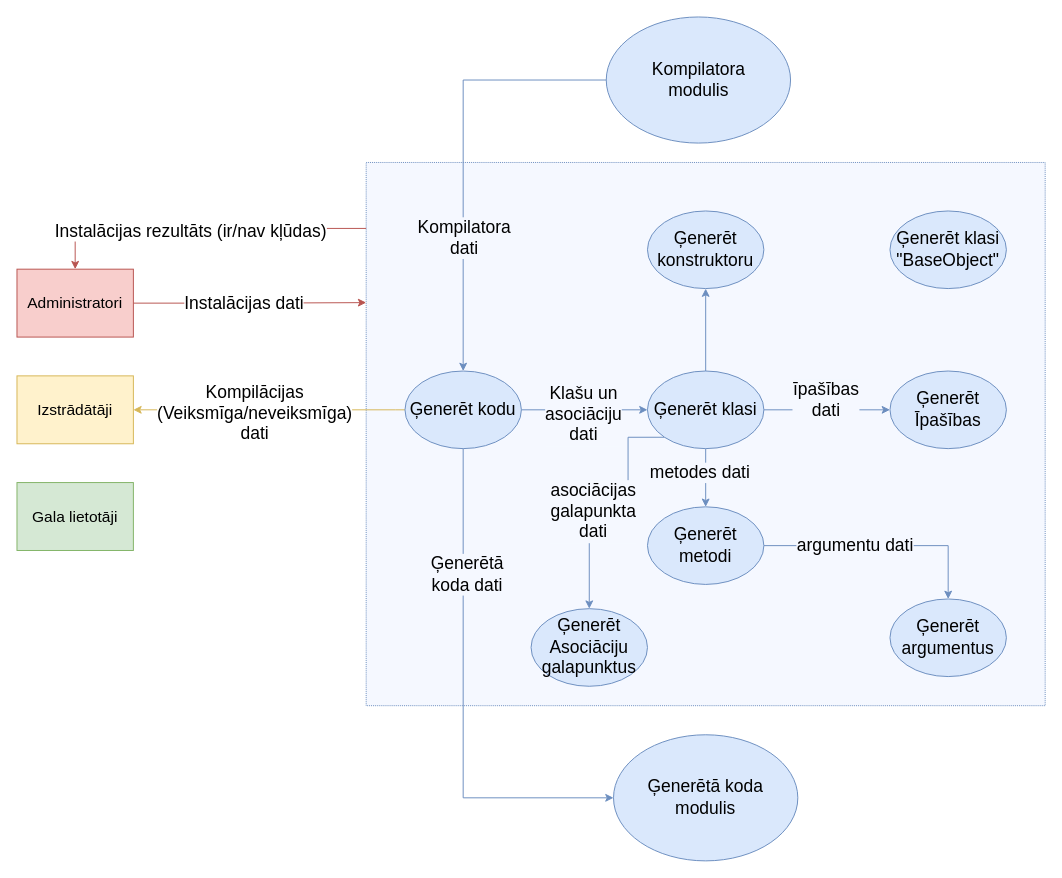
artiks12/webAppOS keeps this draw.io diagram as page "Ģeneratora modulis" (6 of 9) of src/Kvalifikacijas darbs/arhitektura.drawio. Above is the earlier version. Source tidied: cells renumbered, new cells numbered last; positions are measured from the earlier drawing's top-left corner, leaving out a move shared by most shapes. Both pictures are drawn from the tidied source at 97%, with x=0, y=0 at pixel (16, 16).
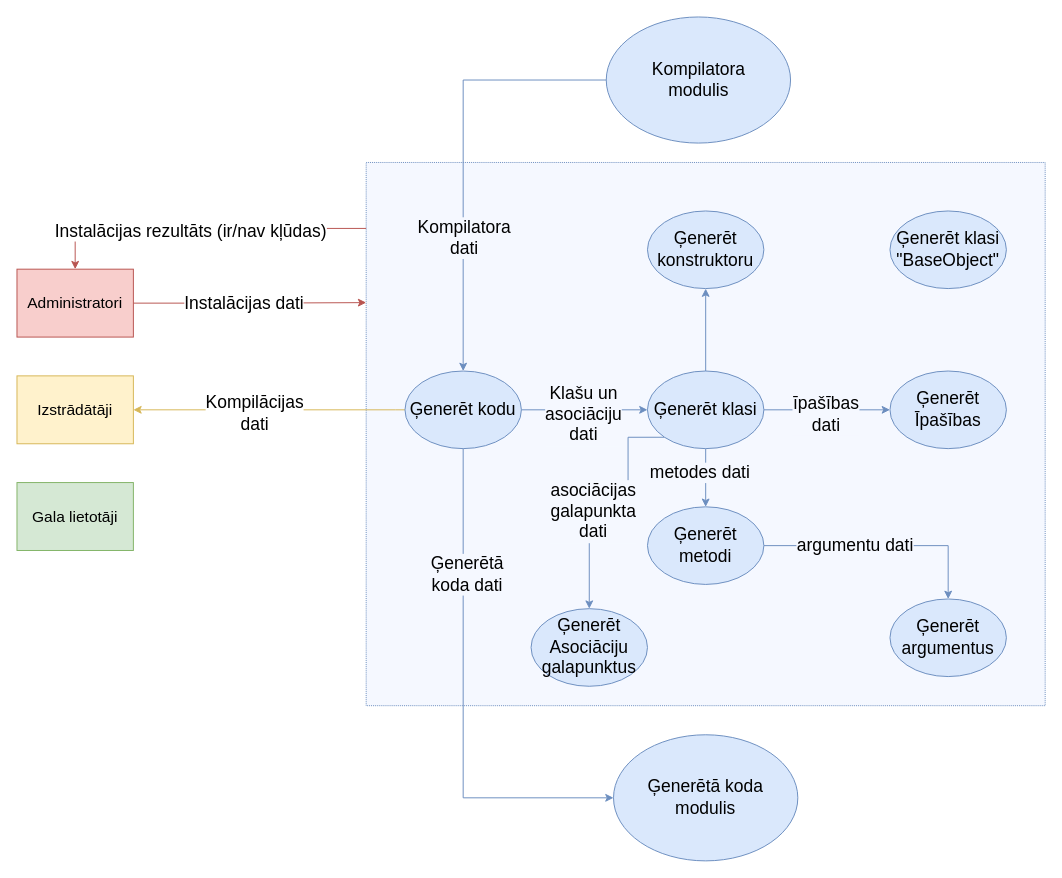
Above is the later version.

Change to the diagram source:
```diff
@@
     <mxCell id="31" value="&lt;span style=&quot;font-size: 18px&quot;&gt;īpašības&lt;br&gt;dati&lt;/span&gt;" style="edgeLabel;html=1;align=center;verticalAlign=middle;labelBackgroundColor=#F5F8FF;" parent="1" vertex="1">
-      <mxGeometry x="840" y="405" as="geometry">
+      <mxGeometry x="840" y="420" as="geometry">
         <mxPoint x="-7" y="-11" as="offset" />
       </mxGeometry>
     </mxCell>
@@
-    <mxCell id="34" value="&lt;font style=&quot;font-size: 18px&quot;&gt;Kompilācijas &lt;br&gt;(Veiksmīga/neveiksmīga)&lt;br&gt;dati&lt;/font&gt;" style="edgeLabel;html=1;align=center;verticalAlign=middle;" parent="1" vertex="1">
+    <mxCell id="34" value="&lt;font style=&quot;font-size: 18px&quot;&gt;Kompilācijas&lt;br&gt;dati&lt;/font&gt;" style="edgeLabel;html=1;align=center;verticalAlign=middle;" parent="1" vertex="1">
       <mxGeometry x="230" y="420" as="geometry">
         <mxPoint x="14" y="-12" as="offset" />
       </mxGeometry>
     </mxCell>
```
